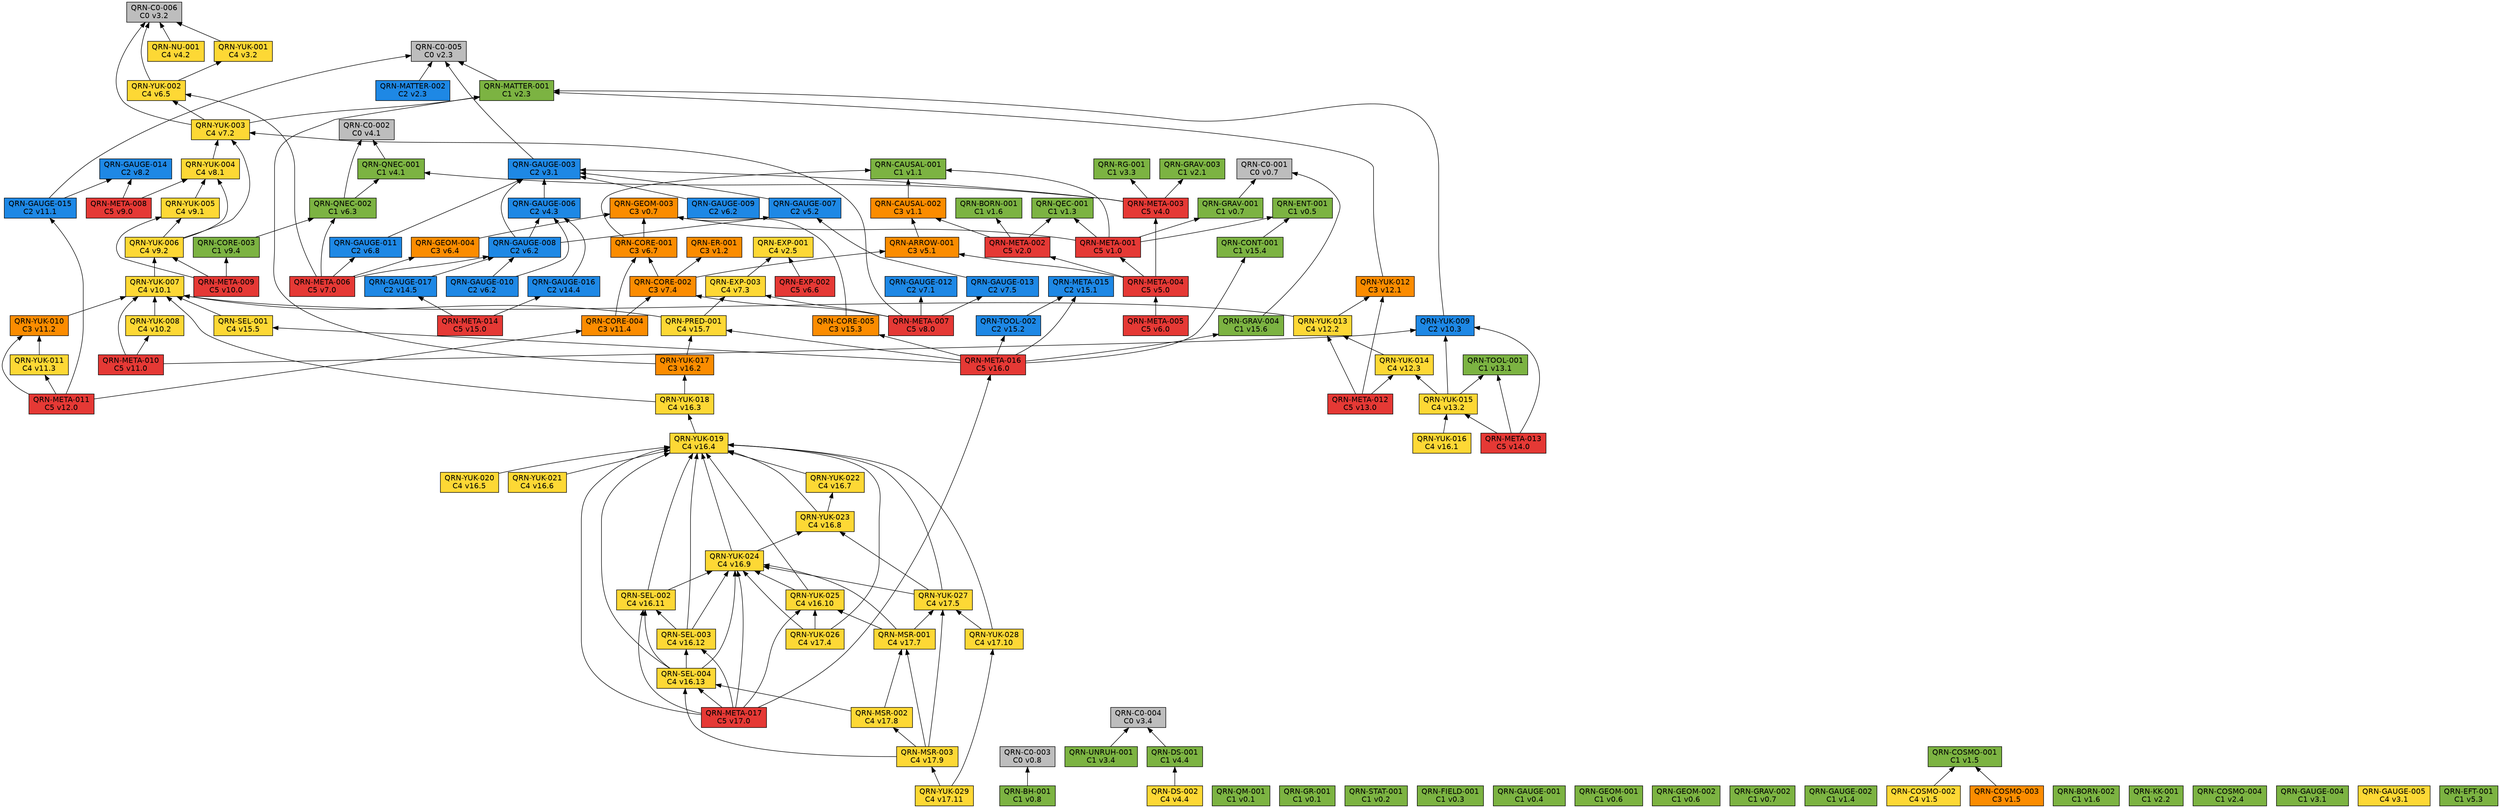
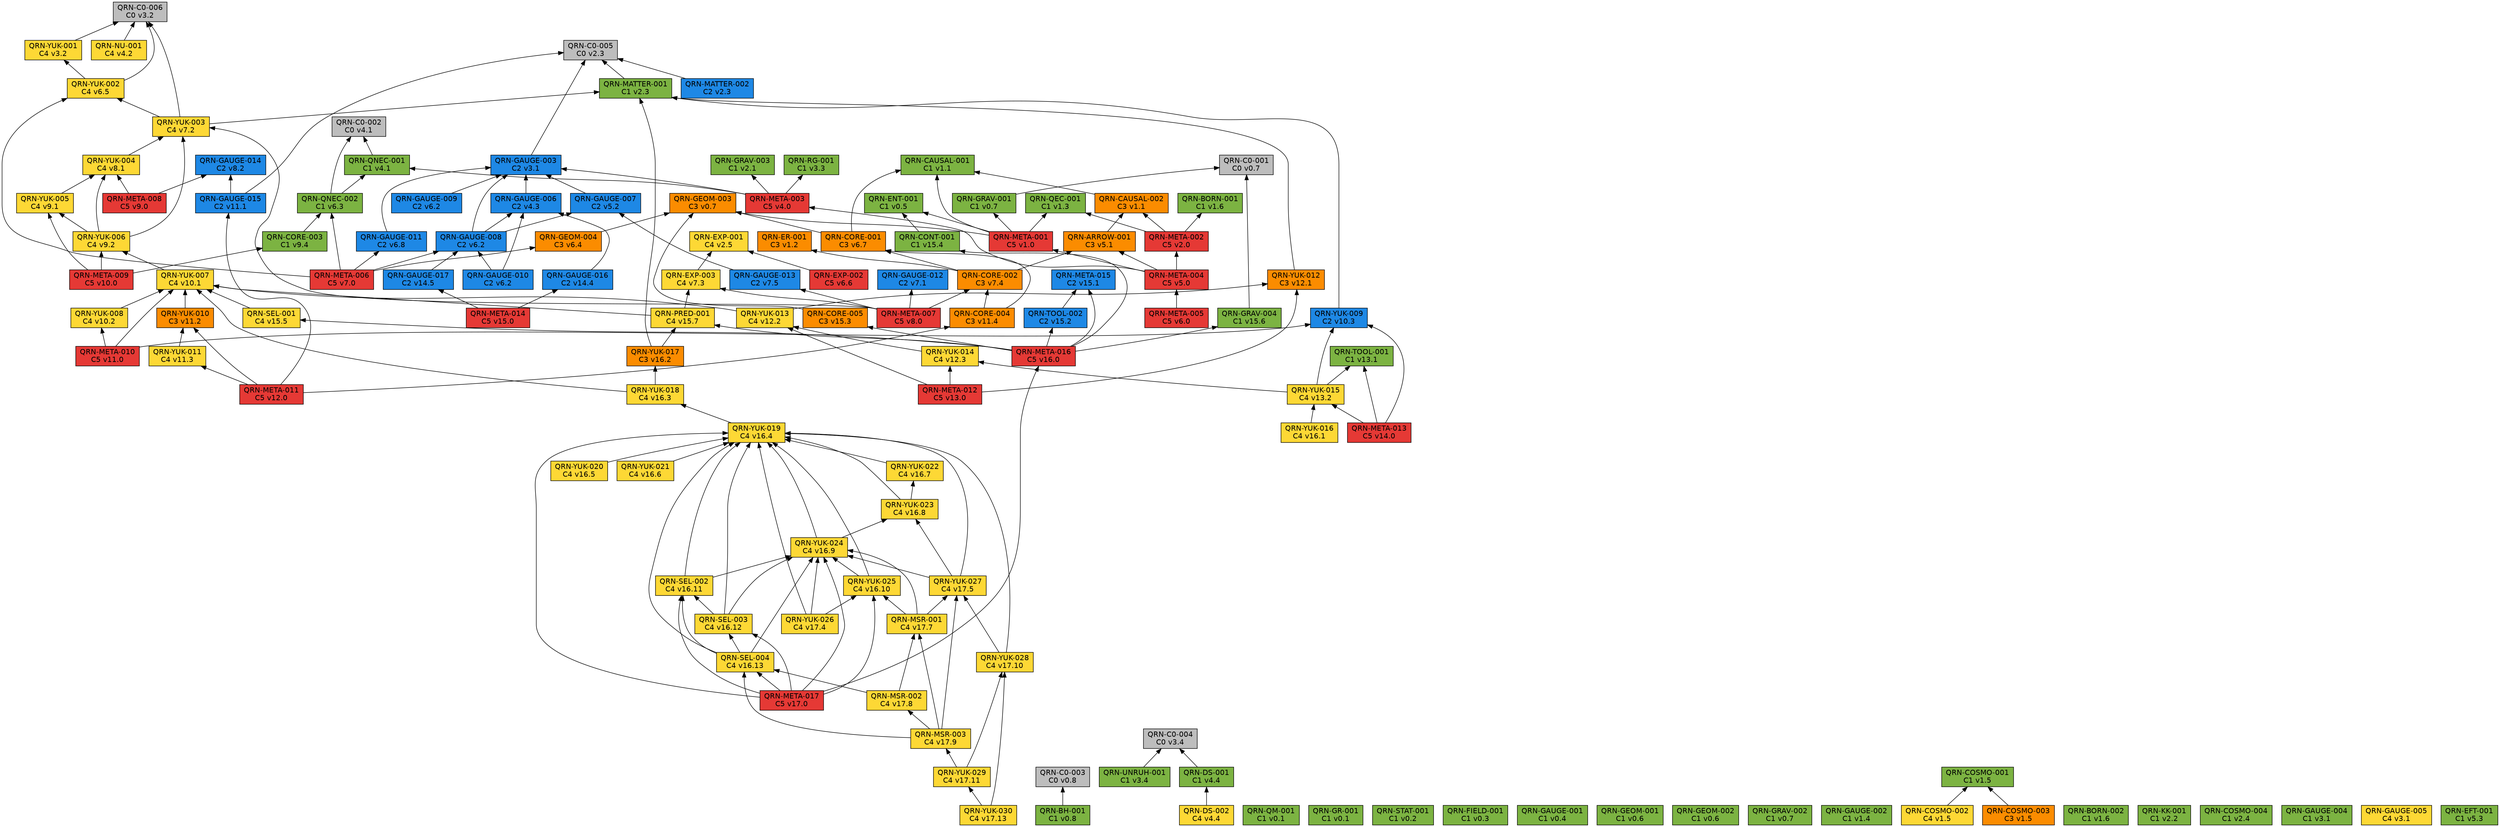
// 自動生成 (dag/report.pl) — QRN 主張依存グラフ
digraph qrn {
  rankdir=BT;
  node [shape=box, style=filled, fontname="Helvetica"];
  "QRN-C0-001" [fillcolor="#bdbdbd", label="QRN-C0-001\nC0 v0.7"];
  "QRN-C0-002" [fillcolor="#bdbdbd", label="QRN-C0-002\nC0 v4.1"];
  "QRN-C0-003" [fillcolor="#bdbdbd", label="QRN-C0-003\nC0 v0.8"];
  "QRN-C0-004" [fillcolor="#bdbdbd", label="QRN-C0-004\nC0 v3.4"];
  "QRN-C0-005" [fillcolor="#bdbdbd", label="QRN-C0-005\nC0 v2.3"];
  "QRN-C0-006" [fillcolor="#bdbdbd", label="QRN-C0-006\nC0 v3.2"];
  "QRN-QM-001" [fillcolor="#7cb342", label="QRN-QM-001\nC1 v0.1"];
  "QRN-GR-001" [fillcolor="#7cb342", label="QRN-GR-001\nC1 v0.1"];
  "QRN-STAT-001" [fillcolor="#7cb342", label="QRN-STAT-001\nC1 v0.2"];
  "QRN-FIELD-001" [fillcolor="#7cb342", label="QRN-FIELD-001\nC1 v0.3"];
  "QRN-GAUGE-001" [fillcolor="#7cb342", label="QRN-GAUGE-001\nC1 v0.4"];
  "QRN-ENT-001" [fillcolor="#7cb342", label="QRN-ENT-001\nC1 v0.5"];
  "QRN-GEOM-001" [fillcolor="#7cb342", label="QRN-GEOM-001\nC1 v0.6"];
  "QRN-GEOM-002" [fillcolor="#7cb342", label="QRN-GEOM-002\nC1 v0.6"];
  "QRN-GEOM-003" [fillcolor="#fb8c00", label="QRN-GEOM-003\nC3 v0.7"];
  "QRN-GRAV-001" [fillcolor="#7cb342", label="QRN-GRAV-001\nC1 v0.7"];
  "QRN-GRAV-002" [fillcolor="#7cb342", label="QRN-GRAV-002\nC1 v0.7"];
  "QRN-BH-001" [fillcolor="#7cb342", label="QRN-BH-001\nC1 v0.8"];
  "QRN-CAUSAL-001" [fillcolor="#7cb342", label="QRN-CAUSAL-001\nC1 v1.1"];
  "QRN-CAUSAL-002" [fillcolor="#fb8c00", label="QRN-CAUSAL-002\nC3 v1.1"];
  "QRN-ER-001" [fillcolor="#fb8c00", label="QRN-ER-001\nC3 v1.2"];
  "QRN-QEC-001" [fillcolor="#7cb342", label="QRN-QEC-001\nC1 v1.3"];
  "QRN-GAUGE-002" [fillcolor="#7cb342", label="QRN-GAUGE-002\nC1 v1.4"];
  "QRN-COSMO-001" [fillcolor="#7cb342", label="QRN-COSMO-001\nC1 v1.5"];
  "QRN-COSMO-002" [fillcolor="#fdd835", label="QRN-COSMO-002\nC4 v1.5"];
  "QRN-COSMO-003" [fillcolor="#fb8c00", label="QRN-COSMO-003\nC3 v1.5"];
  "QRN-BORN-001" [fillcolor="#7cb342", label="QRN-BORN-001\nC1 v1.6"];
  "QRN-BORN-002" [fillcolor="#7cb342", label="QRN-BORN-002\nC1 v1.6"];
  "QRN-GRAV-003" [fillcolor="#7cb342", label="QRN-GRAV-003\nC1 v2.1"];
  "QRN-KK-001" [fillcolor="#7cb342", label="QRN-KK-001\nC1 v2.2"];
  "QRN-MATTER-001" [fillcolor="#7cb342", label="QRN-MATTER-001\nC1 v2.3"];
  "QRN-MATTER-002" [fillcolor="#1e88e5", label="QRN-MATTER-002\nC2 v2.3"];
  "QRN-COSMO-004" [fillcolor="#7cb342", label="QRN-COSMO-004\nC1 v2.4"];
  "QRN-EXP-001" [fillcolor="#fdd835", label="QRN-EXP-001\nC4 v2.5"];
  "QRN-GAUGE-003" [fillcolor="#1e88e5", label="QRN-GAUGE-003\nC2 v3.1"];
  "QRN-GAUGE-004" [fillcolor="#7cb342", label="QRN-GAUGE-004\nC1 v3.1"];
  "QRN-GAUGE-005" [fillcolor="#fdd835", label="QRN-GAUGE-005\nC4 v3.1"];
  "QRN-YUK-001" [fillcolor="#fdd835", label="QRN-YUK-001\nC4 v3.2"];
  "QRN-RG-001" [fillcolor="#7cb342", label="QRN-RG-001\nC1 v3.3"];
  "QRN-UNRUH-001" [fillcolor="#7cb342", label="QRN-UNRUH-001\nC1 v3.4"];
  "QRN-QNEC-001" [fillcolor="#7cb342", label="QRN-QNEC-001\nC1 v4.1"];
  "QRN-NU-001" [fillcolor="#fdd835", label="QRN-NU-001\nC4 v4.2"];
  "QRN-GAUGE-006" [fillcolor="#1e88e5", label="QRN-GAUGE-006\nC2 v4.3"];
  "QRN-DS-001" [fillcolor="#7cb342", label="QRN-DS-001\nC1 v4.4"];
  "QRN-DS-002" [fillcolor="#fdd835", label="QRN-DS-002\nC4 v4.4"];
  "QRN-ARROW-001" [fillcolor="#fb8c00", label="QRN-ARROW-001\nC3 v5.1"];
  "QRN-GAUGE-007" [fillcolor="#1e88e5", label="QRN-GAUGE-007\nC2 v5.2"];
  "QRN-EFT-001" [fillcolor="#7cb342", label="QRN-EFT-001\nC1 v5.3"];
  "QRN-GAUGE-008" [fillcolor="#1e88e5", label="QRN-GAUGE-008\nC2 v6.2"];
  "QRN-GAUGE-009" [fillcolor="#1e88e5", label="QRN-GAUGE-009\nC2 v6.2"];
  "QRN-GAUGE-010" [fillcolor="#1e88e5", label="QRN-GAUGE-010\nC2 v6.2"];
  "QRN-QNEC-002" [fillcolor="#7cb342", label="QRN-QNEC-002\nC1 v6.3"];
  "QRN-GEOM-004" [fillcolor="#fb8c00", label="QRN-GEOM-004\nC3 v6.4"];
  "QRN-YUK-002" [fillcolor="#fdd835", label="QRN-YUK-002\nC4 v6.5"];
  "QRN-EXP-002" [fillcolor="#e53935", label="QRN-EXP-002\nC5 v6.6"];
  "QRN-CORE-001" [fillcolor="#fb8c00", label="QRN-CORE-001\nC3 v6.7"];
  "QRN-GAUGE-011" [fillcolor="#1e88e5", label="QRN-GAUGE-011\nC2 v6.8"];
  "QRN-GAUGE-012" [fillcolor="#1e88e5", label="QRN-GAUGE-012\nC2 v7.1"];
  "QRN-YUK-003" [fillcolor="#fdd835", label="QRN-YUK-003\nC4 v7.2"];
  "QRN-EXP-003" [fillcolor="#fdd835", label="QRN-EXP-003\nC4 v7.3"];
  "QRN-CORE-002" [fillcolor="#fb8c00", label="QRN-CORE-002\nC3 v7.4"];
  "QRN-GAUGE-013" [fillcolor="#1e88e5", label="QRN-GAUGE-013\nC2 v7.5"];
  "QRN-YUK-004" [fillcolor="#fdd835", label="QRN-YUK-004\nC4 v8.1"];
  "QRN-GAUGE-014" [fillcolor="#1e88e5", label="QRN-GAUGE-014\nC2 v8.2"];
  "QRN-META-001" [fillcolor="#e53935", label="QRN-META-001\nC5 v1.0"];
  "QRN-META-002" [fillcolor="#e53935", label="QRN-META-002\nC5 v2.0"];
  "QRN-META-003" [fillcolor="#e53935", label="QRN-META-003\nC5 v4.0"];
  "QRN-META-004" [fillcolor="#e53935", label="QRN-META-004\nC5 v5.0"];
  "QRN-META-005" [fillcolor="#e53935", label="QRN-META-005\nC5 v6.0"];
  "QRN-META-006" [fillcolor="#e53935", label="QRN-META-006\nC5 v7.0"];
  "QRN-META-007" [fillcolor="#e53935", label="QRN-META-007\nC5 v8.0"];
  "QRN-META-008" [fillcolor="#e53935", label="QRN-META-008\nC5 v9.0"];
  "QRN-YUK-005" [fillcolor="#fdd835", label="QRN-YUK-005\nC4 v9.1"];
  "QRN-YUK-006" [fillcolor="#fdd835", label="QRN-YUK-006\nC4 v9.2"];
  "QRN-CORE-003" [fillcolor="#7cb342", label="QRN-CORE-003\nC1 v9.4"];
  "QRN-META-009" [fillcolor="#e53935", label="QRN-META-009\nC5 v10.0"];
  "QRN-YUK-007" [fillcolor="#fdd835", label="QRN-YUK-007\nC4 v10.1"];
  "QRN-YUK-008" [fillcolor="#fdd835", label="QRN-YUK-008\nC4 v10.2"];
  "QRN-YUK-009" [fillcolor="#1e88e5", label="QRN-YUK-009\nC2 v10.3"];
  "QRN-META-010" [fillcolor="#e53935", label="QRN-META-010\nC5 v11.0"];
  "QRN-GAUGE-015" [fillcolor="#1e88e5", label="QRN-GAUGE-015\nC2 v11.1"];
  "QRN-YUK-010" [fillcolor="#fb8c00", label="QRN-YUK-010\nC3 v11.2"];
  "QRN-YUK-011" [fillcolor="#fdd835", label="QRN-YUK-011\nC4 v11.3"];
  "QRN-CORE-004" [fillcolor="#fb8c00", label="QRN-CORE-004\nC3 v11.4"];
  "QRN-META-011" [fillcolor="#e53935", label="QRN-META-011\nC5 v12.0"];
  "QRN-YUK-012" [fillcolor="#fb8c00", label="QRN-YUK-012\nC3 v12.1"];
  "QRN-YUK-013" [fillcolor="#fdd835", label="QRN-YUK-013\nC4 v12.2"];
  "QRN-YUK-014" [fillcolor="#fdd835", label="QRN-YUK-014\nC4 v12.3"];
  "QRN-META-012" [fillcolor="#e53935", label="QRN-META-012\nC5 v13.0"];
  "QRN-TOOL-001" [fillcolor="#7cb342", label="QRN-TOOL-001\nC1 v13.1"];
  "QRN-YUK-015" [fillcolor="#fdd835", label="QRN-YUK-015\nC4 v13.2"];
  "QRN-META-013" [fillcolor="#e53935", label="QRN-META-013\nC5 v14.0"];
  "QRN-GAUGE-016" [fillcolor="#1e88e5", label="QRN-GAUGE-016\nC2 v14.4"];
  "QRN-GAUGE-017" [fillcolor="#1e88e5", label="QRN-GAUGE-017\nC2 v14.5"];
  "QRN-META-014" [fillcolor="#e53935", label="QRN-META-014\nC5 v15.0"];
  "QRN-META-015" [fillcolor="#1e88e5", label="QRN-META-015\nC2 v15.1"];
  "QRN-TOOL-002" [fillcolor="#1e88e5", label="QRN-TOOL-002\nC2 v15.2"];
  "QRN-CORE-005" [fillcolor="#fb8c00", label="QRN-CORE-005\nC3 v15.3"];
  "QRN-CONT-001" [fillcolor="#7cb342", label="QRN-CONT-001\nC1 v15.4"];
  "QRN-SEL-001" [fillcolor="#fdd835", label="QRN-SEL-001\nC4 v15.5"];
  "QRN-GRAV-004" [fillcolor="#7cb342", label="QRN-GRAV-004\nC1 v15.6"];
  "QRN-PRED-001" [fillcolor="#fdd835", label="QRN-PRED-001\nC4 v15.7"];
  "QRN-META-016" [fillcolor="#e53935", label="QRN-META-016\nC5 v16.0"];
  "QRN-YUK-016" [fillcolor="#fdd835", label="QRN-YUK-016\nC4 v16.1"];
  "QRN-YUK-017" [fillcolor="#fb8c00", label="QRN-YUK-017\nC3 v16.2"];
  "QRN-YUK-018" [fillcolor="#fdd835", label="QRN-YUK-018\nC4 v16.3"];
  "QRN-YUK-019" [fillcolor="#fdd835", label="QRN-YUK-019\nC4 v16.4"];
  "QRN-YUK-020" [fillcolor="#fdd835", label="QRN-YUK-020\nC4 v16.5"];
  "QRN-YUK-021" [fillcolor="#fdd835", label="QRN-YUK-021\nC4 v16.6"];
  "QRN-YUK-022" [fillcolor="#fdd835", label="QRN-YUK-022\nC4 v16.7"];
  "QRN-YUK-023" [fillcolor="#fdd835", label="QRN-YUK-023\nC4 v16.8"];
  "QRN-YUK-024" [fillcolor="#fdd835", label="QRN-YUK-024\nC4 v16.9"];
  "QRN-YUK-025" [fillcolor="#fdd835", label="QRN-YUK-025\nC4 v16.10"];
  "QRN-SEL-002" [fillcolor="#fdd835", label="QRN-SEL-002\nC4 v16.11"];
  "QRN-SEL-003" [fillcolor="#fdd835", label="QRN-SEL-003\nC4 v16.12"];
  "QRN-SEL-004" [fillcolor="#fdd835", label="QRN-SEL-004\nC4 v16.13"];
  "QRN-META-017" [fillcolor="#e53935", label="QRN-META-017\nC5 v17.0"];
  "QRN-YUK-026" [fillcolor="#fdd835", label="QRN-YUK-026\nC4 v17.4"];
  "QRN-YUK-027" [fillcolor="#fdd835", label="QRN-YUK-027\nC4 v17.5"];
  "QRN-MSR-001" [fillcolor="#fdd835", label="QRN-MSR-001\nC4 v17.7"];
  "QRN-MSR-002" [fillcolor="#fdd835", label="QRN-MSR-002\nC4 v17.8"];
  "QRN-MSR-003" [fillcolor="#fdd835", label="QRN-MSR-003\nC4 v17.9"];
  "QRN-YUK-028" [fillcolor="#fdd835", label="QRN-YUK-028\nC4 v17.10"];
  "QRN-YUK-029" [fillcolor="#fdd835", label="QRN-YUK-029\nC4 v17.11"];
+   "QRN-YUK-030" [fillcolor="#fdd835", label="QRN-YUK-030\nC4 v17.13"];
  "QRN-GRAV-001" -> "QRN-C0-001";
  "QRN-BH-001" -> "QRN-C0-003";
  "QRN-CAUSAL-002" -> "QRN-CAUSAL-001";
  "QRN-COSMO-002" -> "QRN-COSMO-001";
  "QRN-COSMO-003" -> "QRN-COSMO-001";
  "QRN-MATTER-001" -> "QRN-C0-005";
  "QRN-MATTER-002" -> "QRN-C0-005";
  "QRN-GAUGE-003" -> "QRN-C0-005";
  "QRN-YUK-001" -> "QRN-C0-006";
  "QRN-UNRUH-001" -> "QRN-C0-004";
  "QRN-QNEC-001" -> "QRN-C0-002";
  "QRN-NU-001" -> "QRN-C0-006";
  "QRN-GAUGE-006" -> "QRN-GAUGE-003";
  "QRN-DS-001" -> "QRN-C0-004";
  "QRN-DS-002" -> "QRN-DS-001";
  "QRN-ARROW-001" -> "QRN-CAUSAL-002";
  "QRN-GAUGE-007" -> "QRN-GAUGE-003";
  "QRN-GAUGE-008" -> "QRN-GAUGE-003";
  "QRN-GAUGE-008" -> "QRN-GAUGE-006";
  "QRN-GAUGE-008" -> "QRN-GAUGE-007";
  "QRN-GAUGE-009" -> "QRN-GAUGE-003";
  "QRN-GAUGE-010" -> "QRN-GAUGE-006";
  "QRN-GAUGE-010" -> "QRN-GAUGE-008";
  "QRN-QNEC-002" -> "QRN-C0-002";
  "QRN-QNEC-002" -> "QRN-QNEC-001";
  "QRN-GEOM-004" -> "QRN-GEOM-003";
  "QRN-YUK-002" -> "QRN-C0-006";
  "QRN-YUK-002" -> "QRN-YUK-001";
  "QRN-EXP-002" -> "QRN-EXP-001";
  "QRN-CORE-001" -> "QRN-GEOM-003";
  "QRN-CORE-001" -> "QRN-CAUSAL-001";
  "QRN-GAUGE-011" -> "QRN-GAUGE-003";
  "QRN-YUK-003" -> "QRN-C0-006";
  "QRN-YUK-003" -> "QRN-MATTER-001";
  "QRN-YUK-003" -> "QRN-YUK-002";
  "QRN-EXP-003" -> "QRN-EXP-001";
  "QRN-CORE-002" -> "QRN-CORE-001";
  "QRN-CORE-002" -> "QRN-ER-001";
  "QRN-CORE-002" -> "QRN-ARROW-001";
  "QRN-GAUGE-013" -> "QRN-GAUGE-007";
  "QRN-YUK-004" -> "QRN-YUK-003";
  "QRN-META-001" -> "QRN-GEOM-003";
  "QRN-META-001" -> "QRN-GRAV-001";
  "QRN-META-001" -> "QRN-CAUSAL-001";
  "QRN-META-001" -> "QRN-QEC-001";
  "QRN-META-001" -> "QRN-ENT-001";
  "QRN-META-002" -> "QRN-QEC-001";
  "QRN-META-002" -> "QRN-BORN-001";
  "QRN-META-002" -> "QRN-CAUSAL-002";
  "QRN-META-003" -> "QRN-GAUGE-003";
  "QRN-META-003" -> "QRN-RG-001";
  "QRN-META-003" -> "QRN-QNEC-001";
  "QRN-META-003" -> "QRN-GRAV-003";
  "QRN-META-004" -> "QRN-META-001";
  "QRN-META-004" -> "QRN-META-002";
  "QRN-META-004" -> "QRN-META-003";
  "QRN-META-004" -> "QRN-ARROW-001";
  "QRN-META-005" -> "QRN-META-004";
  "QRN-META-006" -> "QRN-GAUGE-008";
  "QRN-META-006" -> "QRN-QNEC-002";
  "QRN-META-006" -> "QRN-GEOM-004";
  "QRN-META-006" -> "QRN-YUK-002";
  "QRN-META-006" -> "QRN-GAUGE-011";
  "QRN-META-007" -> "QRN-GAUGE-012";
  "QRN-META-007" -> "QRN-YUK-003";
  "QRN-META-007" -> "QRN-EXP-003";
  "QRN-META-007" -> "QRN-CORE-002";
  "QRN-META-007" -> "QRN-GAUGE-013";
  "QRN-META-008" -> "QRN-YUK-004";
  "QRN-META-008" -> "QRN-GAUGE-014";
  "QRN-YUK-005" -> "QRN-YUK-004";
  "QRN-YUK-006" -> "QRN-YUK-003";
  "QRN-YUK-006" -> "QRN-YUK-004";
  "QRN-YUK-006" -> "QRN-YUK-005";
  "QRN-CORE-003" -> "QRN-QNEC-002";
  "QRN-META-009" -> "QRN-YUK-005";
  "QRN-META-009" -> "QRN-YUK-006";
  "QRN-META-009" -> "QRN-CORE-003";
  "QRN-YUK-007" -> "QRN-YUK-006";
  "QRN-YUK-008" -> "QRN-YUK-007";
  "QRN-YUK-009" -> "QRN-MATTER-001";
  "QRN-META-010" -> "QRN-YUK-007";
  "QRN-META-010" -> "QRN-YUK-008";
  "QRN-META-010" -> "QRN-YUK-009";
  "QRN-GAUGE-015" -> "QRN-C0-005";
  "QRN-GAUGE-015" -> "QRN-GAUGE-014";
  "QRN-YUK-010" -> "QRN-YUK-007";
  "QRN-YUK-011" -> "QRN-YUK-010";
  "QRN-CORE-004" -> "QRN-CORE-001";
  "QRN-CORE-004" -> "QRN-CORE-002";
  "QRN-META-011" -> "QRN-GAUGE-015";
  "QRN-META-011" -> "QRN-YUK-010";
  "QRN-META-011" -> "QRN-YUK-011";
  "QRN-META-011" -> "QRN-CORE-004";
  "QRN-YUK-012" -> "QRN-MATTER-001";
  "QRN-YUK-013" -> "QRN-YUK-012";
  "QRN-YUK-013" -> "QRN-YUK-007";
  "QRN-YUK-014" -> "QRN-YUK-013";
  "QRN-META-012" -> "QRN-YUK-012";
  "QRN-META-012" -> "QRN-YUK-013";
  "QRN-META-012" -> "QRN-YUK-014";
  "QRN-YUK-015" -> "QRN-YUK-014";
  "QRN-YUK-015" -> "QRN-TOOL-001";
  "QRN-YUK-015" -> "QRN-YUK-009";
  "QRN-META-013" -> "QRN-YUK-015";
  "QRN-META-013" -> "QRN-TOOL-001";
  "QRN-META-013" -> "QRN-YUK-009";
  "QRN-GAUGE-016" -> "QRN-GAUGE-006";
  "QRN-GAUGE-017" -> "QRN-GAUGE-008";
  "QRN-META-014" -> "QRN-GAUGE-016";
  "QRN-META-014" -> "QRN-GAUGE-017";
  "QRN-TOOL-002" -> "QRN-META-015";
  "QRN-CORE-005" -> "QRN-GEOM-003";
  "QRN-CONT-001" -> "QRN-ENT-001";
  "QRN-SEL-001" -> "QRN-YUK-007";
  "QRN-GRAV-004" -> "QRN-C0-001";
  "QRN-PRED-001" -> "QRN-YUK-007";
  "QRN-PRED-001" -> "QRN-EXP-003";
  "QRN-META-016" -> "QRN-META-015";
  "QRN-META-016" -> "QRN-TOOL-002";
  "QRN-META-016" -> "QRN-CORE-005";
  "QRN-META-016" -> "QRN-CONT-001";
  "QRN-META-016" -> "QRN-SEL-001";
  "QRN-META-016" -> "QRN-GRAV-004";
  "QRN-META-016" -> "QRN-PRED-001";
  "QRN-YUK-016" -> "QRN-YUK-015";
  "QRN-YUK-017" -> "QRN-MATTER-001";
  "QRN-YUK-017" -> "QRN-PRED-001";
  "QRN-YUK-018" -> "QRN-YUK-017";
  "QRN-YUK-018" -> "QRN-YUK-007";
  "QRN-YUK-019" -> "QRN-YUK-018";
  "QRN-YUK-020" -> "QRN-YUK-019";
  "QRN-YUK-021" -> "QRN-YUK-019";
  "QRN-YUK-022" -> "QRN-YUK-019";
  "QRN-YUK-023" -> "QRN-YUK-019";
  "QRN-YUK-023" -> "QRN-YUK-022";
  "QRN-YUK-024" -> "QRN-YUK-019";
  "QRN-YUK-024" -> "QRN-YUK-023";
  "QRN-YUK-025" -> "QRN-YUK-019";
  "QRN-YUK-025" -> "QRN-YUK-024";
  "QRN-SEL-002" -> "QRN-YUK-019";
  "QRN-SEL-002" -> "QRN-YUK-024";
  "QRN-SEL-003" -> "QRN-YUK-019";
  "QRN-SEL-003" -> "QRN-YUK-024";
  "QRN-SEL-003" -> "QRN-SEL-002";
  "QRN-SEL-004" -> "QRN-YUK-019";
  "QRN-SEL-004" -> "QRN-YUK-024";
  "QRN-SEL-004" -> "QRN-SEL-002";
  "QRN-SEL-004" -> "QRN-SEL-003";
  "QRN-META-017" -> "QRN-META-016";
  "QRN-META-017" -> "QRN-YUK-019";
  "QRN-META-017" -> "QRN-YUK-024";
  "QRN-META-017" -> "QRN-YUK-025";
  "QRN-META-017" -> "QRN-SEL-002";
  "QRN-META-017" -> "QRN-SEL-003";
  "QRN-META-017" -> "QRN-SEL-004";
  "QRN-YUK-026" -> "QRN-YUK-019";
  "QRN-YUK-026" -> "QRN-YUK-024";
  "QRN-YUK-026" -> "QRN-YUK-025";
  "QRN-YUK-027" -> "QRN-YUK-019";
  "QRN-YUK-027" -> "QRN-YUK-023";
  "QRN-YUK-027" -> "QRN-YUK-024";
  "QRN-MSR-001" -> "QRN-YUK-024";
  "QRN-MSR-001" -> "QRN-YUK-025";
  "QRN-MSR-001" -> "QRN-YUK-027";
  "QRN-MSR-002" -> "QRN-SEL-004";
  "QRN-MSR-002" -> "QRN-MSR-001";
  "QRN-MSR-003" -> "QRN-MSR-001";
  "QRN-MSR-003" -> "QRN-MSR-002";
  "QRN-MSR-003" -> "QRN-SEL-004";
  "QRN-MSR-003" -> "QRN-YUK-027";
  "QRN-YUK-028" -> "QRN-YUK-019";
  "QRN-YUK-028" -> "QRN-YUK-027";
  "QRN-YUK-029" -> "QRN-YUK-028";
  "QRN-YUK-029" -> "QRN-MSR-003";
+   "QRN-YUK-030" -> "QRN-YUK-028";
+   "QRN-YUK-030" -> "QRN-YUK-029";
}
